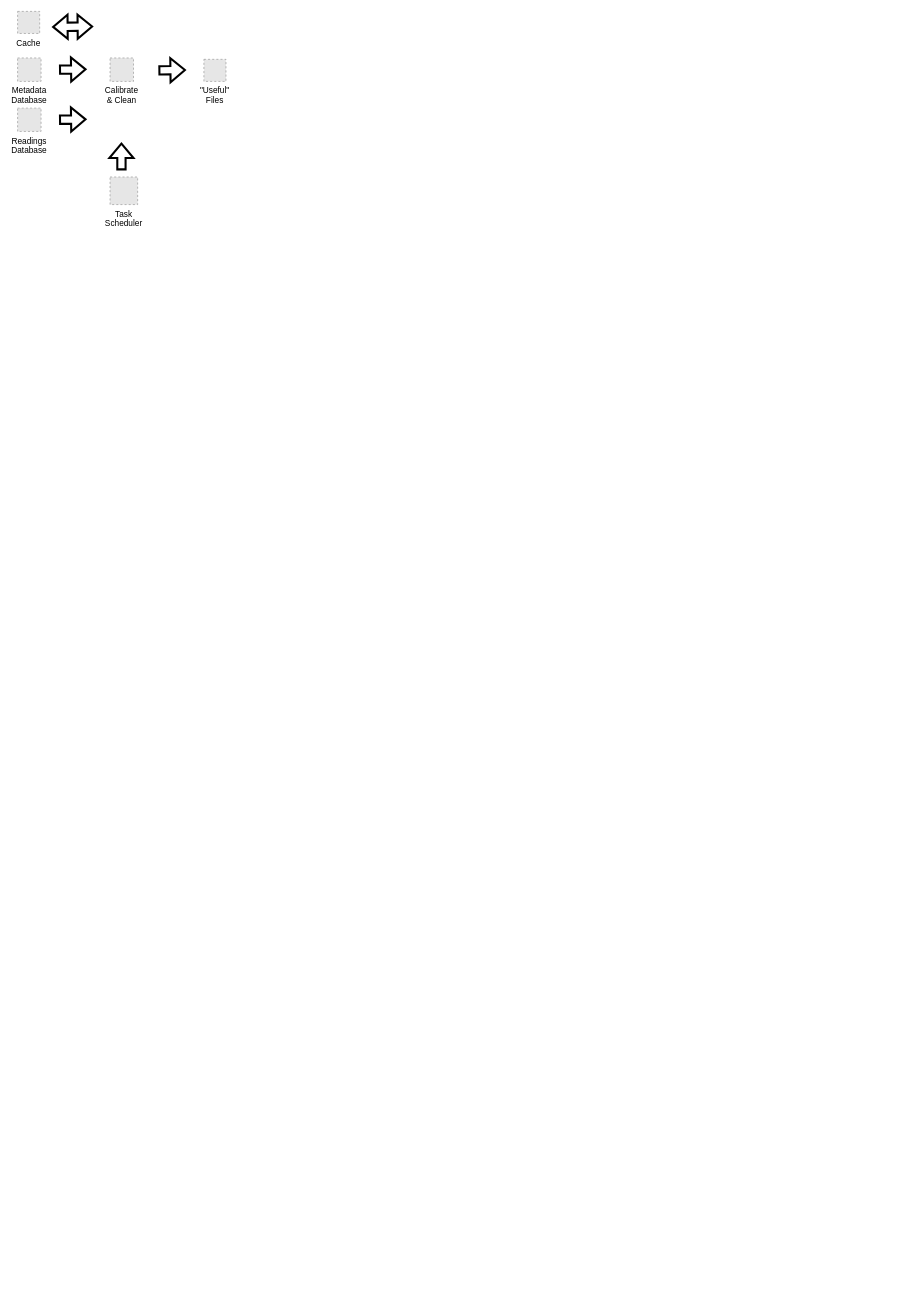
The draw.io diagram assets/images/2023-11-16-stationmanager/mssql-database-to-useful-files.drawio in rdmolony/rdmolony.github.io, before the edit. Source tidied: cells renumbered, new cells numbered last; positions are measured from the earlier drawing's top-left corner, leaving out a move shared by most shapes. Both pictures are drawn from the tidied source at 69%, with x=0, y=0 at pixel (17, 11). Pictures stored in the file or linked from it are replaced by grey dashed boxes.
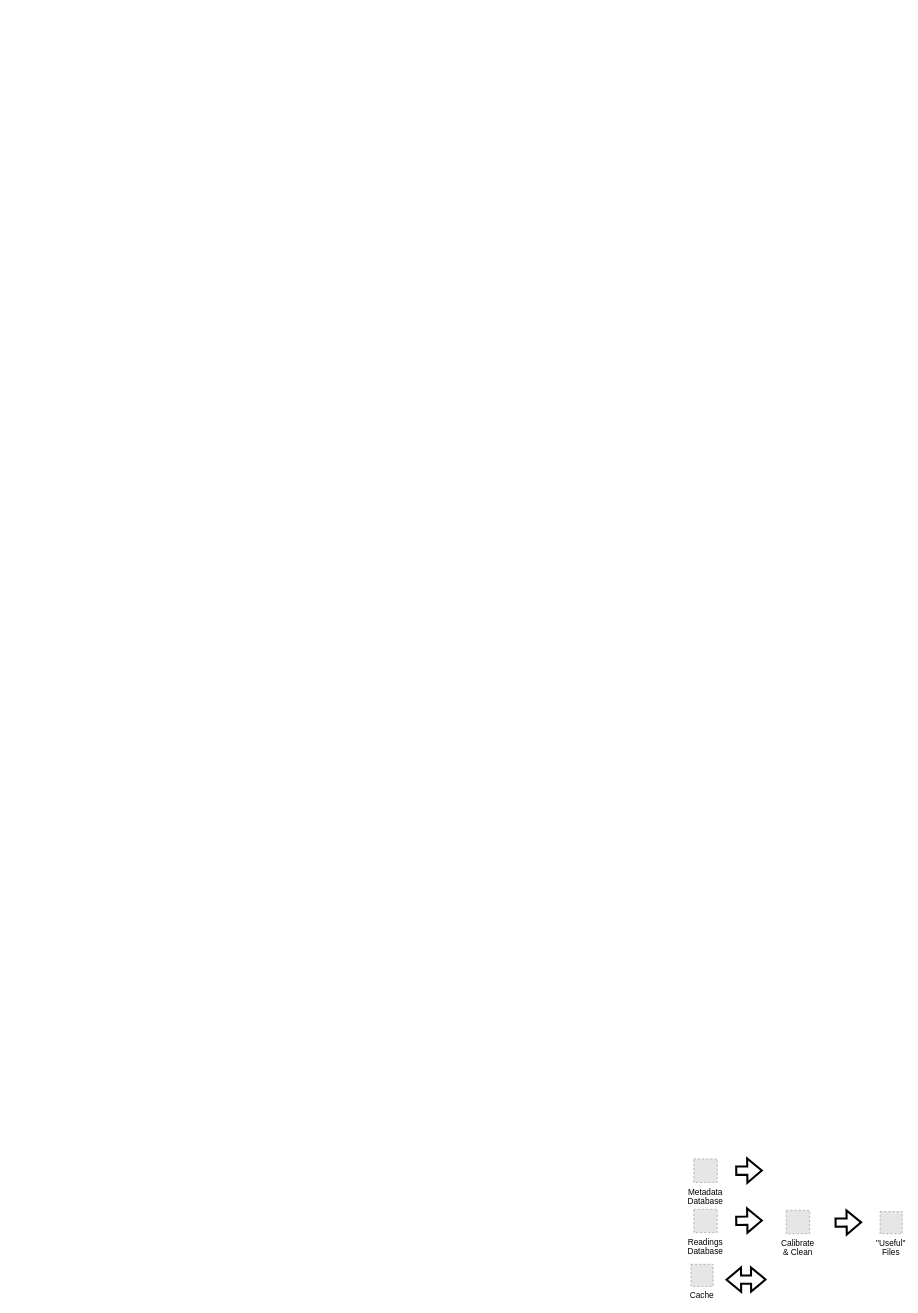
The same diagram, later.

Change to the diagram source:
```diff
@@
 <mxGraphModel>
   <root>
     <mxCell id="0" />
     <mxCell id="1" parent="0" />
-    <mxCell id="2" style="shape=flexArrow;endArrow=classic;html=1;rounded=0;strokeWidth=3;" parent="1" edge="1">
-      <mxGeometry relative="1" as="geometry">
-        <mxPoint x="60" y="157" as="sourcePoint" />
-        <mxPoint x="100" y="156.5" as="targetPoint" />
-      </mxGeometry>
-    </mxCell>
+    <mxCell id="13" style="shape=flexArrow;endArrow=classic;html=1;rounded=0;strokeWidth=3;" parent="1" edge="1">
+      <mxGeometry relative="1" as="geometry">
+        <mxPoint x="1040" y="1752.8" as="sourcePoint" />
+        <mxPoint x="1080" y="1752.2" as="targetPoint" />
+      </mxGeometry>
+    </mxCell>
     <mxCell id="3" value="Calibrate&#10;&amp; Clean" style="fillColor=#E6E6E6;strokeColor=#999999;dashed=1;verticalLabelPosition=bottom;labelBackgroundColor=default;verticalAlign=top;" parent="1" vertex="1">
-      <mxGeometry x="134" y="67.5" width="34" height="34" as="geometry" />
+      <mxGeometry x="1114" y="1737.5" width="34" height="34" as="geometry" />
     </mxCell>
     <mxCell id="4" value="Cache" style="fillColor=#E6E6E6;strokeColor=#999999;dashed=1;verticalLabelPosition=bottom;labelBackgroundColor=default;verticalAlign=top;" parent="1" vertex="1">
-      <mxGeometry width="32" height="32" as="geometry" />
+      <mxGeometry x="976" y="1815.8" width="32" height="32" as="geometry" />
     </mxCell>
     <mxCell id="5" value="Readings&#10;Database" style="fillColor=#E6E6E6;strokeColor=#999999;dashed=1;verticalLabelPosition=bottom;labelBackgroundColor=default;verticalAlign=top;" parent="1" vertex="1">
-      <mxGeometry y="140" width="34" height="34" as="geometry" />
+      <mxGeometry x="980" y="1735.8" width="34" height="34" as="geometry" />
     </mxCell>
     <mxCell id="6" value="Metadata&#10;Database" style="fillColor=#E6E6E6;strokeColor=#999999;dashed=1;verticalLabelPosition=bottom;labelBackgroundColor=default;verticalAlign=top;" parent="1" vertex="1">
-      <mxGeometry y="67.5" width="34" height="34" as="geometry" />
+      <mxGeometry x="980" y="1663.2" width="34" height="34" as="geometry" />
     </mxCell>
-    <mxCell id="7" style="shape=flexArrow;endArrow=classic;startArrow=classic;html=1;rounded=0;strokeWidth=3;" parent="1" edge="1">
-      <mxGeometry relative="1" as="geometry">
-        <mxPoint x="50" y="22.5" as="sourcePoint" />
-        <mxPoint x="109.5" y="22" as="targetPoint" />
-      </mxGeometry>
-    </mxCell>
-    <mxCell id="8" style="shape=flexArrow;endArrow=classic;html=1;rounded=0;strokeWidth=3;" parent="1" edge="1">
-      <mxGeometry relative="1" as="geometry">
-        <mxPoint x="204" y="85.5" as="sourcePoint" />
-        <mxPoint x="244" y="85" as="targetPoint" />
-      </mxGeometry>
-    </mxCell>
+    <mxCell id="14" style="shape=flexArrow;endArrow=classic;startArrow=classic;html=1;rounded=0;strokeWidth=3;" parent="1" edge="1">
+      <mxGeometry relative="1" as="geometry">
+        <mxPoint x="1026" y="1838.2" as="sourcePoint" />
+        <mxPoint x="1085.5" y="1837.8" as="targetPoint" />
+      </mxGeometry>
+    </mxCell>
+    <mxCell id="15" style="shape=flexArrow;endArrow=classic;html=1;rounded=0;strokeWidth=3;" parent="1" edge="1">
+      <mxGeometry relative="1" as="geometry">
+        <mxPoint x="1184" y="1755.5" as="sourcePoint" />
+        <mxPoint x="1224" y="1755" as="targetPoint" />
+      </mxGeometry>
+    </mxCell>
     <mxCell id="9" value="&quot;Useful&quot;&#10;Files" style="fillColor=#E6E6E6;strokeColor=#999999;dashed=1;verticalLabelPosition=bottom;labelBackgroundColor=default;verticalAlign=top;" parent="1" vertex="1">
-      <mxGeometry x="270" y="69.5" width="32" height="32" as="geometry" />
+      <mxGeometry x="1250" y="1739.5" width="32" height="32" as="geometry" />
     </mxCell>
-    <mxCell id="10" value="Task&#10;Scheduler" style="fillColor=#E6E6E6;strokeColor=#999999;dashed=1;verticalLabelPosition=bottom;labelBackgroundColor=default;verticalAlign=top;" parent="1" vertex="1">
-      <mxGeometry x="134" y="240" width="40" height="40" as="geometry" />
-    </mxCell>
-    <mxCell id="11" style="shape=flexArrow;endArrow=classic;html=1;rounded=0;strokeWidth=3;" parent="1" edge="1">
-      <mxGeometry relative="1" as="geometry">
-        <mxPoint x="150.5" y="230.5" as="sourcePoint" />
-        <mxPoint x="150.5" y="190" as="targetPoint" />
-      </mxGeometry>
-    </mxCell>
-    <mxCell id="12" style="shape=flexArrow;endArrow=classic;html=1;rounded=0;strokeWidth=3;" parent="1" edge="1">
-      <mxGeometry relative="1" as="geometry">
-        <mxPoint x="60" y="84.5" as="sourcePoint" />
-        <mxPoint x="100" y="84" as="targetPoint" />
-      </mxGeometry>
-    </mxCell>
+    <mxCell id="16" style="shape=flexArrow;endArrow=classic;html=1;rounded=0;strokeWidth=3;" parent="1" edge="1">
+      <mxGeometry relative="1" as="geometry">
+        <mxPoint x="1040" y="1680.2" as="sourcePoint" />
+        <mxPoint x="1080" y="1679.8" as="targetPoint" />
+      </mxGeometry>
+    </mxCell>
   </root>
 </mxGraphModel>
```
